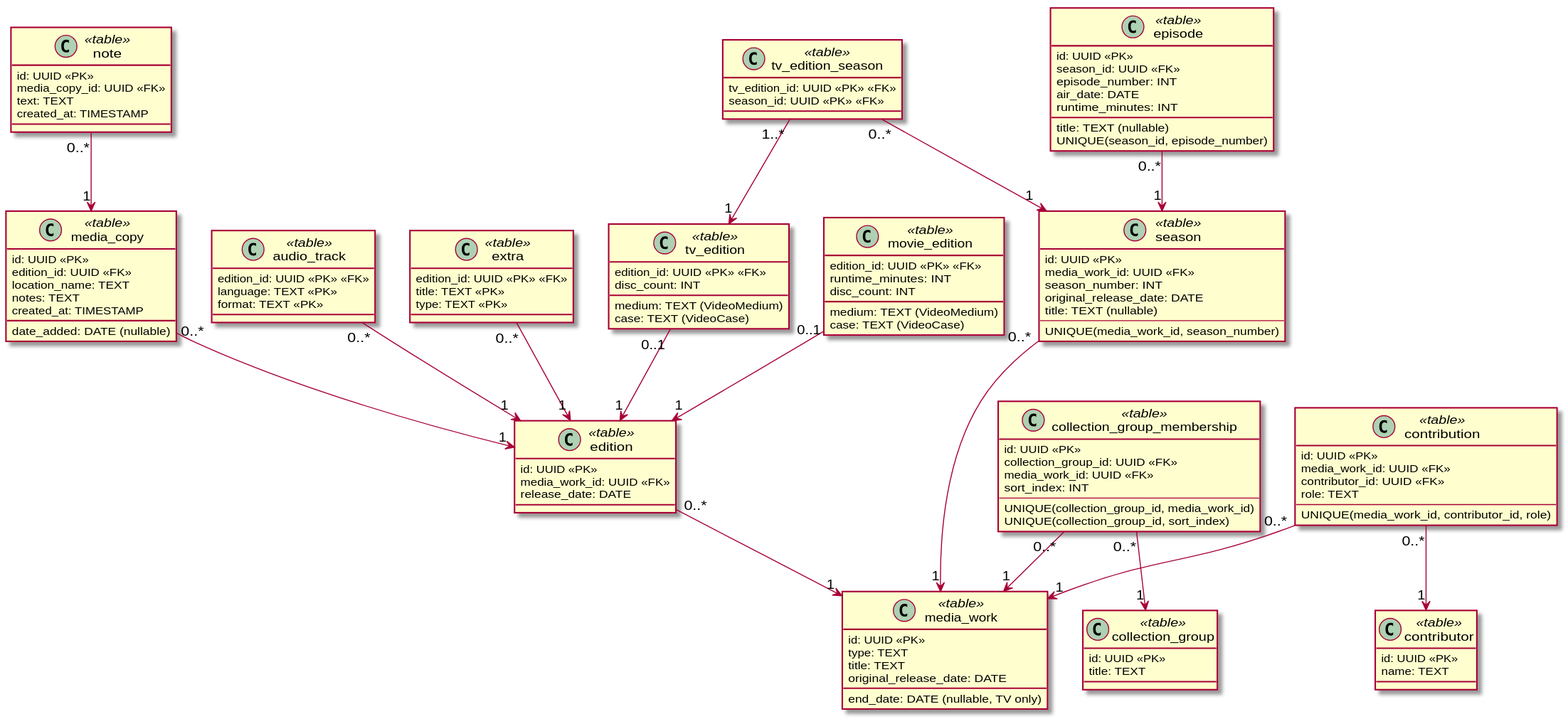
This is docs/diagrams/data/data-model.svg from yantue/colleq, a PlantUML export, as it was before one commit. The source it was exported from:
```plantuml
@startuml
skinparam classAttributeIconSize 0

class media_work <<table>> {
    id: UUID <<PK>>
    type: TEXT
    title: TEXT
    original_release_date: DATE
    end_date: DATE (nullable, TV only)
}

class edition <<table>> {
    id: UUID <<PK>>
    media_work_id: UUID <<FK>>
    release_date: DATE
}

edition "0..*" --> "1" media_work

class extra <<table>> {
    edition_id: UUID <<PK>> <<FK>>
    title: TEXT <<PK>>
    type: TEXT <<PK>>
}

extra "0..*" --> "1" edition

class media_copy <<table>> {
    id: UUID <<PK>>
    edition_id: UUID <<FK>>
    location_name: TEXT
    notes: TEXT
    date_added: DATE (nullable)
    created_at: TIMESTAMP
}

media_copy "0..*" --> "1" edition

class note <<table>> {
    id: UUID <<PK>>
    media_copy_id: UUID <<FK>>
    text: TEXT
    created_at: TIMESTAMP
}

note "0..*" --> "1" media_copy

class movie_edition <<table>> {
    edition_id: UUID <<PK>> <<FK>>
    runtime_minutes: INT
    medium: TEXT (VideoMedium)
    case: TEXT (VideoCase)
    disc_count: INT
}

movie_edition "0..1" --> "1" edition

class tv_edition <<table>> {
    edition_id: UUID <<PK>> <<FK>>
    medium: TEXT (VideoMedium)
    case: TEXT (VideoCase)
    disc_count: INT
}

tv_edition "0..1" --> "1" edition

class season <<table>> {
    id: UUID <<PK>>
    media_work_id: UUID <<FK>>
    season_number: INT
    original_release_date: DATE
    title: TEXT (nullable)
    --
    UNIQUE(media_work_id, season_number)
}

season "0..*" --> "1" media_work

class episode <<table>> {
    id: UUID <<PK>>
    season_id: UUID <<FK>>
    episode_number: INT
    air_date: DATE
    runtime_minutes: INT
    title: TEXT (nullable)
    UNIQUE(season_id, episode_number)
}

episode "0..*" --> "1" season

class tv_edition_season <<table>> {
    tv_edition_id: UUID <<PK>> <<FK>>
    season_id: UUID <<PK>> <<FK>>
}

tv_edition_season "1..*" --> "1" tv_edition
tv_edition_season "0..*" --> "1" season


class audio_track <<table>> {
    edition_id: UUID <<PK>> <<FK>>
    language: TEXT <<PK>>
    format: TEXT <<PK>>
}

audio_track "0..*" --> "1" edition

class collection_group <<table>> {
    id: UUID <<PK>>
    title: TEXT
}

class collection_group_membership <<table>> {
    id: UUID <<PK>>
    collection_group_id: UUID <<FK>>
    media_work_id: UUID <<FK>>
    sort_index: INT
    --
    UNIQUE(collection_group_id, media_work_id)
    UNIQUE(collection_group_id, sort_index)
}

collection_group_membership "0..*" --> "1" collection_group
collection_group_membership "0..*" --> "1" media_work

class contributor <<table>> {
    id: UUID <<PK>>
    name: TEXT
}

class contribution <<table>> {
    id: UUID <<PK>>
    media_work_id: UUID <<FK>>
    contributor_id: UUID <<FK>>
    role: TEXT
    --
    UNIQUE(media_work_id, contributor_id, role)
}

contribution "0..*" --> "1" contributor
contribution "0..*" --> "1" media_work

@enduml
```
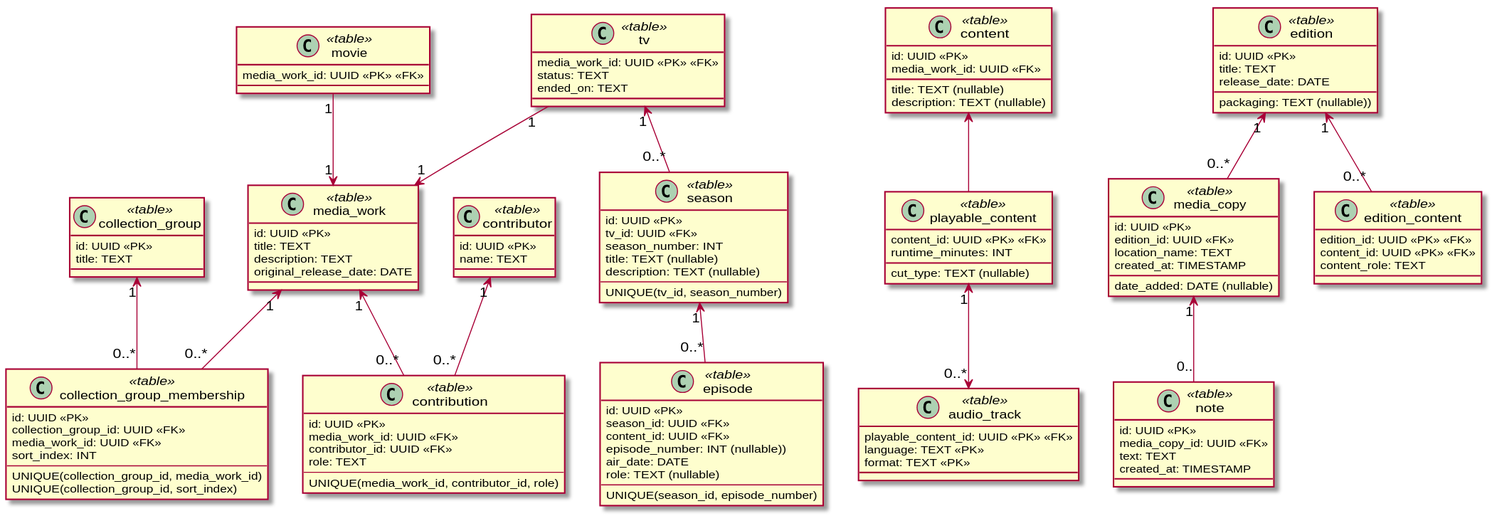
Above is the later version.

Commit message:
Auto-generate UML diagrams

The edit, as a diff of the source:
```diff
@@ -3,38 +3,41 @@
 
 class media_work <<table>> {
     id: UUID <<PK>>
-    type: TEXT
     title: TEXT
+    description: TEXT
     original_release_date: DATE
-    end_date: DATE (nullable, TV only)
 }
 
-class edition <<table>> {
+class content <<table>> {
     id: UUID <<PK>>
     media_work_id: UUID <<FK>>
-    release_date: DATE
+    title: TEXT (nullable)
+    description: TEXT (nullable)
 }
 
-edition "0..*" --> "1" media_work
-
-class extra <<table>> {
-    edition_id: UUID <<PK>> <<FK>>
-    title: TEXT <<PK>>
-    type: TEXT <<PK>>
+class playable_content <<table>> {
+    content_id: UUID <<PK>> <<FK>>
+    runtime_minutes: INT
+    cut_type: TEXT (nullable)
 }
 
-extra "0..*" --> "1" edition
+content <-- playable_content
+
+class audio_track <<table>> {
+    playable_content_id: UUID <<PK>> <<FK>>
+    language: TEXT <<PK>>
+    format: TEXT <<PK>>
+}
+
+playable_content "1" <--> "0..*" audio_track
 
 class media_copy <<table>> {
     id: UUID <<PK>>
     edition_id: UUID <<FK>>
     location_name: TEXT
-    notes: TEXT
     date_added: DATE (nullable)
     created_at: TIMESTAMP
 }
-
-media_copy "0..*" --> "1" edition
 
 class note <<table>> {
     id: UUID <<PK>>
@@ -43,67 +46,63 @@
     created_at: TIMESTAMP
 }
 
-note "0..*" --> "1" media_copy
+media_copy "1" <-- "0.." note
 
-class movie_edition <<table>> {
-    edition_id: UUID <<PK>> <<FK>>
-    runtime_minutes: INT
-    medium: TEXT (VideoMedium)
-    case: TEXT (VideoCase)
-    disc_count: INT
+class movie <<table>> {
+    media_work_id: UUID <<PK>> <<FK>>
 }
 
-movie_edition "0..1" --> "1" edition
+movie "1" --> "1" media_work
 
-class tv_edition <<table>> {
-    edition_id: UUID <<PK>> <<FK>>
-    medium: TEXT (VideoMedium)
-    case: TEXT (VideoCase)
-    disc_count: INT
+class tv <<table>> {
+    media_work_id: UUID <<PK>> <<FK>>
+    status: TEXT
+    ended_on: TEXT
 }
 
-tv_edition "0..1" --> "1" edition
+tv "1" --> "1" media_work
 
 class season <<table>> {
     id: UUID <<PK>>
-    media_work_id: UUID <<FK>>
+    tv_id: UUID <<FK>>
     season_number: INT
-    original_release_date: DATE
     title: TEXT (nullable)
+    description: TEXT (nullable)
     --
-    UNIQUE(media_work_id, season_number)
+    UNIQUE(tv_id, season_number)
 }
 
-season "0..*" --> "1" media_work
+tv "1" <-- "0..*" season
 
 class episode <<table>> {
     id: UUID <<PK>>
     season_id: UUID <<FK>>
-    episode_number: INT
+    content_id: UUID <<FK>>
+    episode_number: INT (nullable))
     air_date: DATE
-    runtime_minutes: INT
-    title: TEXT (nullable)
+    role: TEXT (nullable)
+    --
     UNIQUE(season_id, episode_number)
 }
 
-episode "0..*" --> "1" season
+season "1" <-- "0..*" episode
 
-class tv_edition_season <<table>> {
-    tv_edition_id: UUID <<PK>> <<FK>>
-    season_id: UUID <<PK>> <<FK>>
+class edition <<table>> {
+    id: UUID <<PK>>
+    title: TEXT
+    release_date: DATE
+    packaging: TEXT (nullable))
 }
 
-tv_edition_season "1..*" --> "1" tv_edition
-tv_edition_season "0..*" --> "1" season
+edition "1" <-- "0..*" media_copy
 
-
-class audio_track <<table>> {
+class edition_content <<table>> {
     edition_id: UUID <<PK>> <<FK>>
-    language: TEXT <<PK>>
-    format: TEXT <<PK>>
+    content_id: UUID <<PK>> <<FK>>
+    content_role: TEXT
 }
 
-audio_track "0..*" --> "1" edition
+edition "1" <-- "0..*" edition_content
 
 class collection_group <<table>> {
     id: UUID <<PK>>
@@ -120,8 +119,8 @@
     UNIQUE(collection_group_id, sort_index)
 }
 
-collection_group_membership "0..*" --> "1" collection_group
-collection_group_membership "0..*" --> "1" media_work
+media_work "1" <-- "0..*" collection_group_membership
+collection_group "1" <-- "0..*" collection_group_membership
 
 class contributor <<table>> {
     id: UUID <<PK>>
@@ -137,7 +136,7 @@
     UNIQUE(media_work_id, contributor_id, role)
 }
 
-contribution "0..*" --> "1" contributor
-contribution "0..*" --> "1" media_work
+media_work "1" <-- "0..*" contribution
+contributor "1" <-- "0..*" contribution
 
 @enduml
```
